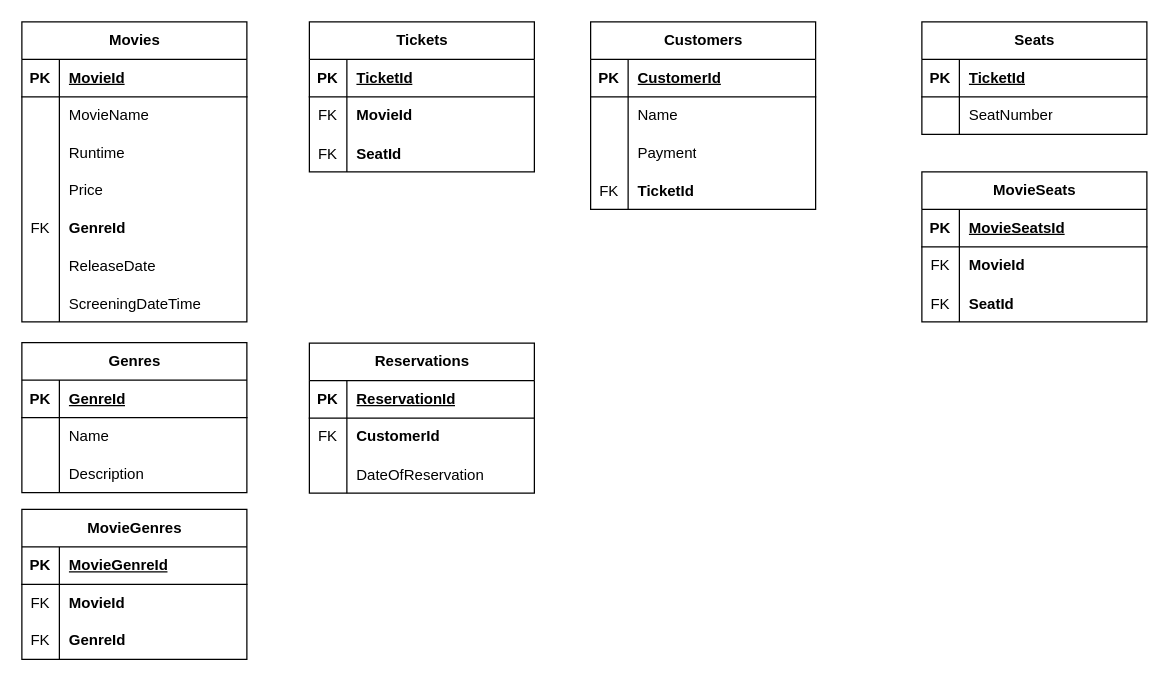
Earlier version of the draw.io diagram erd/CineWave.drawio (pitzzahh/CineWave). Source tidied: cells renumbered, new cells numbered last; positions are measured from the earlier drawing's top-left corner, leaving out a move shared by most shapes. Both pictures are drawn from the tidied source at 125%, with x=0, y=0 at pixel (21, 21).
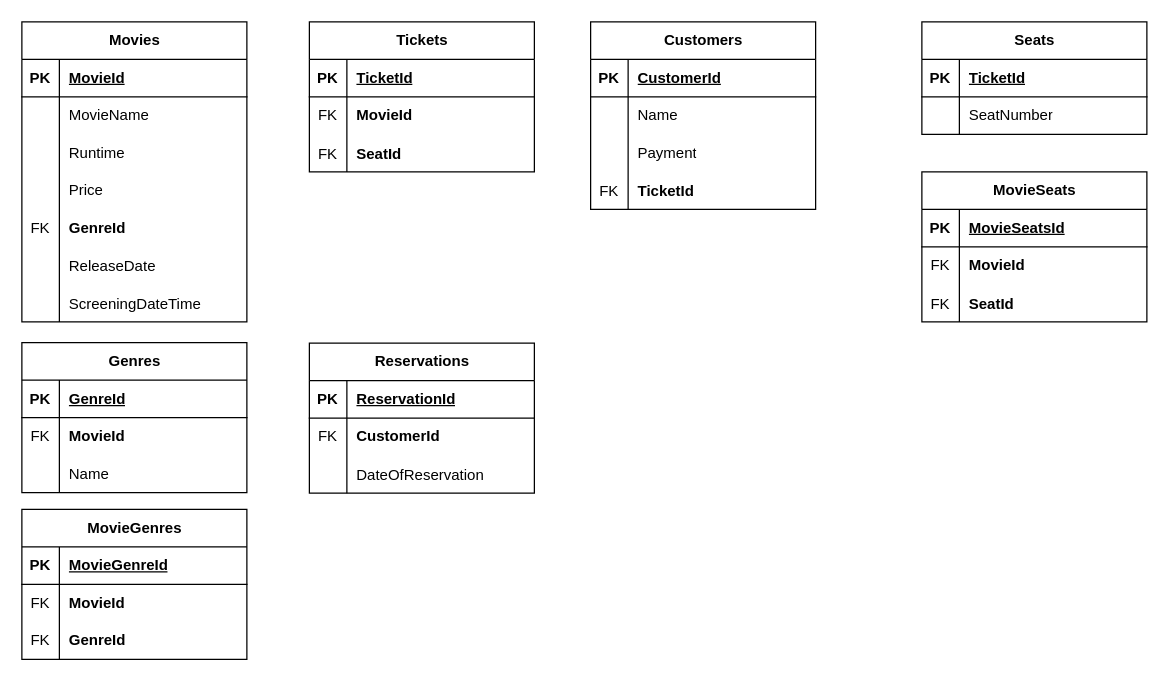
Above is the later version.

Unchanged cells that the change refers to:
```xml
<mxCell id="28" style="shape=tableRow;horizontal=0;startSize=0;swimlaneHead=0;swimlaneBody=0;fillColor=none;top=0;left=0;right=0;bottom=0;" parent="24" vertex="1">
  <mxGeometry y="60" width="180" height="30" as="geometry" />
</mxCell>
<mxCell id="31" style="shape=tableRow;horizontal=0;startSize=0;swimlaneHead=0;swimlaneBody=0;fillColor=none;top=0;left=0;right=0;bottom=0;" parent="24" vertex="1">
  <mxGeometry y="90" width="180" height="30" as="geometry" />
</mxCell>
```

Change to the diagram source:
```diff
@@
-    <mxCell id="29" style="shape=partialRectangle;fillColor=none;top=0;left=0;bottom=0;right=0;overflow=hidden;whiteSpace=wrap;html=1;" parent="28" vertex="1">
+    <mxCell id="29" value="FK" style="shape=partialRectangle;fillColor=none;top=0;left=0;bottom=0;right=0;overflow=hidden;whiteSpace=wrap;html=1;" parent="28" vertex="1">
       <mxGeometry width="30" height="30" as="geometry" />
     </mxCell>
-    <mxCell id="30" value="Name" style="shape=partialRectangle;fillColor=none;top=0;left=0;bottom=0;right=0;align=left;spacingLeft=6;overflow=hidden;whiteSpace=wrap;html=1;" parent="28" vertex="1">
+    <mxCell id="30" value="MovieId" style="shape=partialRectangle;fillColor=none;top=0;left=0;bottom=0;right=0;align=left;spacingLeft=6;overflow=hidden;whiteSpace=wrap;html=1;fontStyle=1;" parent="28" vertex="1">
       <mxGeometry x="30" width="150" height="30" as="geometry" />
     </mxCell>
@@
-    <mxCell id="33" value="Description" style="shape=partialRectangle;fillColor=none;top=0;left=0;bottom=0;right=0;align=left;spacingLeft=6;overflow=hidden;whiteSpace=wrap;html=1;" parent="31" vertex="1">
+    <mxCell id="33" value="Name" style="shape=partialRectangle;fillColor=none;top=0;left=0;bottom=0;right=0;align=left;spacingLeft=6;overflow=hidden;whiteSpace=wrap;html=1;" parent="31" vertex="1">
       <mxGeometry x="30" width="150" height="30" as="geometry" />
     </mxCell>
```
